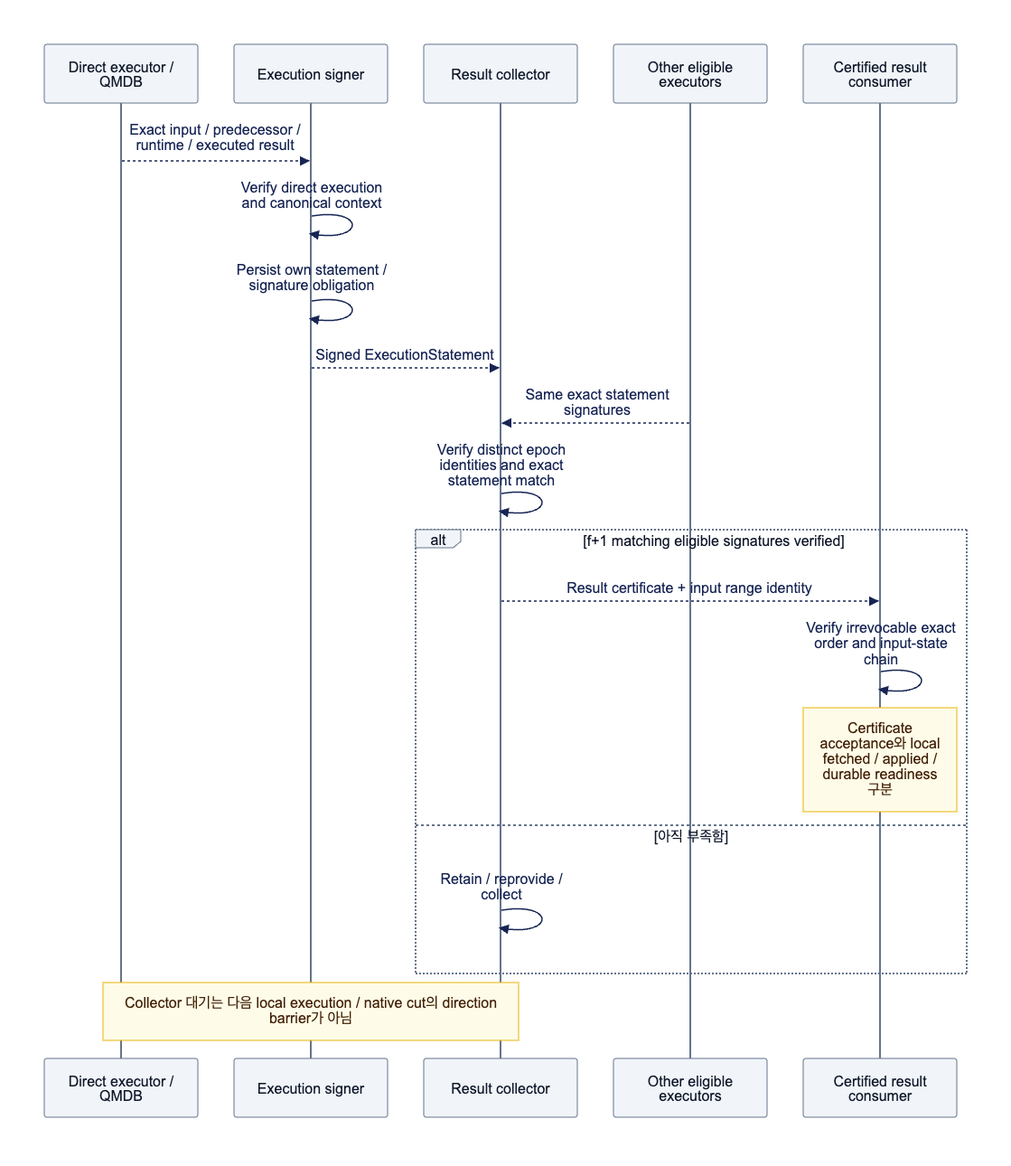
Above: assets/diagrams/diagram-11.png in djm07073/baton-research (Mermaid), before the change. Its source is kept beside it as assets/diagrams/diagram-11.mmd. Source of this version:
```mermaid
sequenceDiagram
    participant E as Direct executor / QMDB
    participant S as Execution signer
    participant C as Result collector
    participant V as Other eligible executors
    participant R as Certified result consumer
    E-->>S: Exact input / predecessor / runtime / executed result
    S->>S: Verify direct execution and canonical context
    S->>S: Persist own statement / signature obligation
    S-->>C: Signed ExecutionStatement
    V-->>C: Same exact statement signatures
    C->>C: Verify distinct epoch identities and exact statement match
    alt f+1 matching eligible signatures verified
        C-->>R: Result certificate + input range identity
        R->>R: Verify irrevocable exact order and input-state chain
        Note over R: Certificate acceptance와 local fetched / applied / durable readiness 구분
    else 아직 부족함
        C->>C: Retain / reprovide / collect
    end
    Note over E,C: Collector 대기는 다음 local execution / native cut의 direction barrier가 아님
```
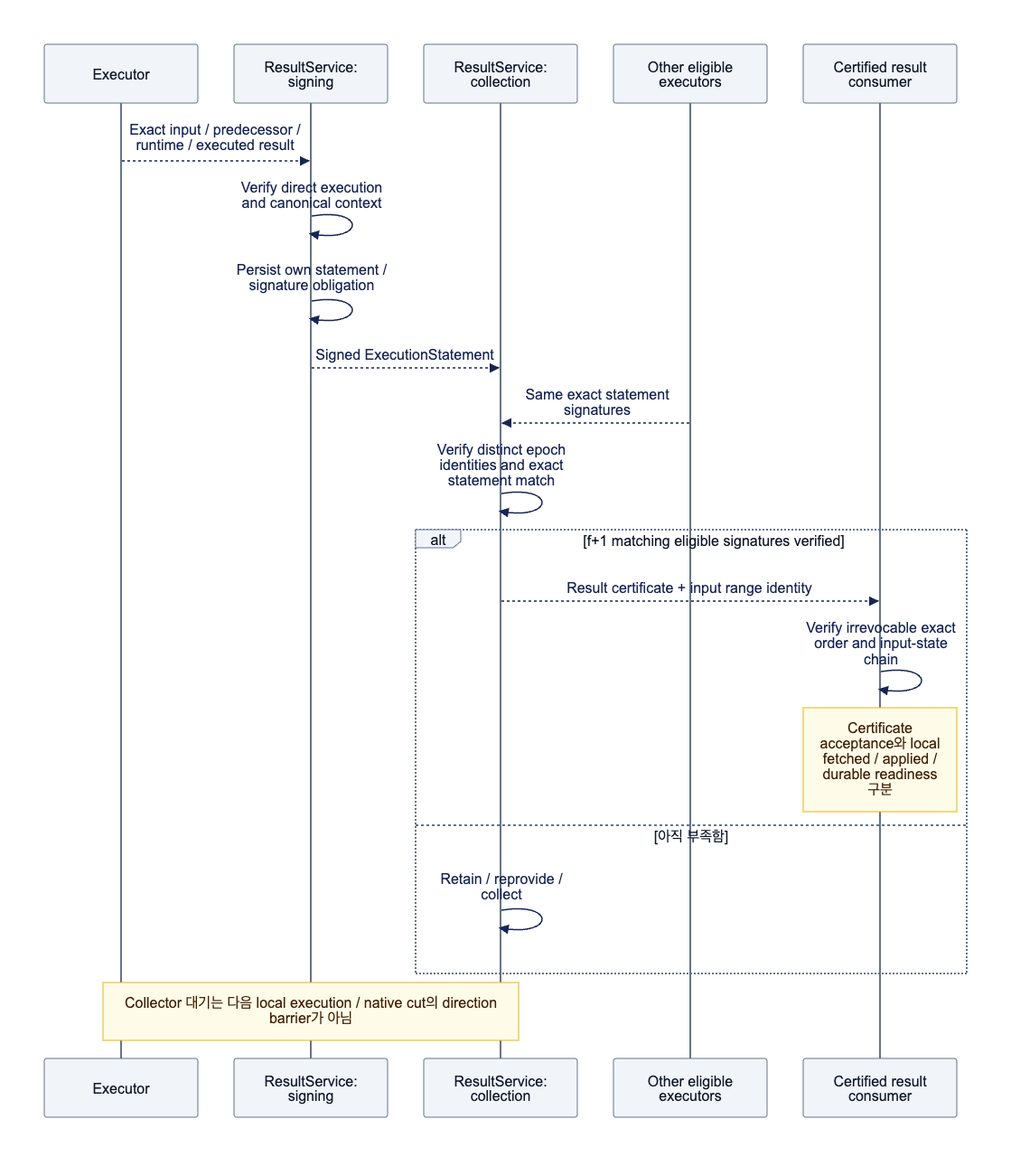
Above is the later version.

What changed in the source:
```diff
@@ -1,7 +1,7 @@
 sequenceDiagram
-    participant E as Direct executor / QMDB
-    participant S as Execution signer
-    participant C as Result collector
+    participant E as Executor
+    participant S as ResultService: signing
+    participant C as ResultService: collection
     participant V as Other eligible executors
     participant R as Certified result consumer
     E-->>S: Exact input / predecessor / runtime / executed result
```
